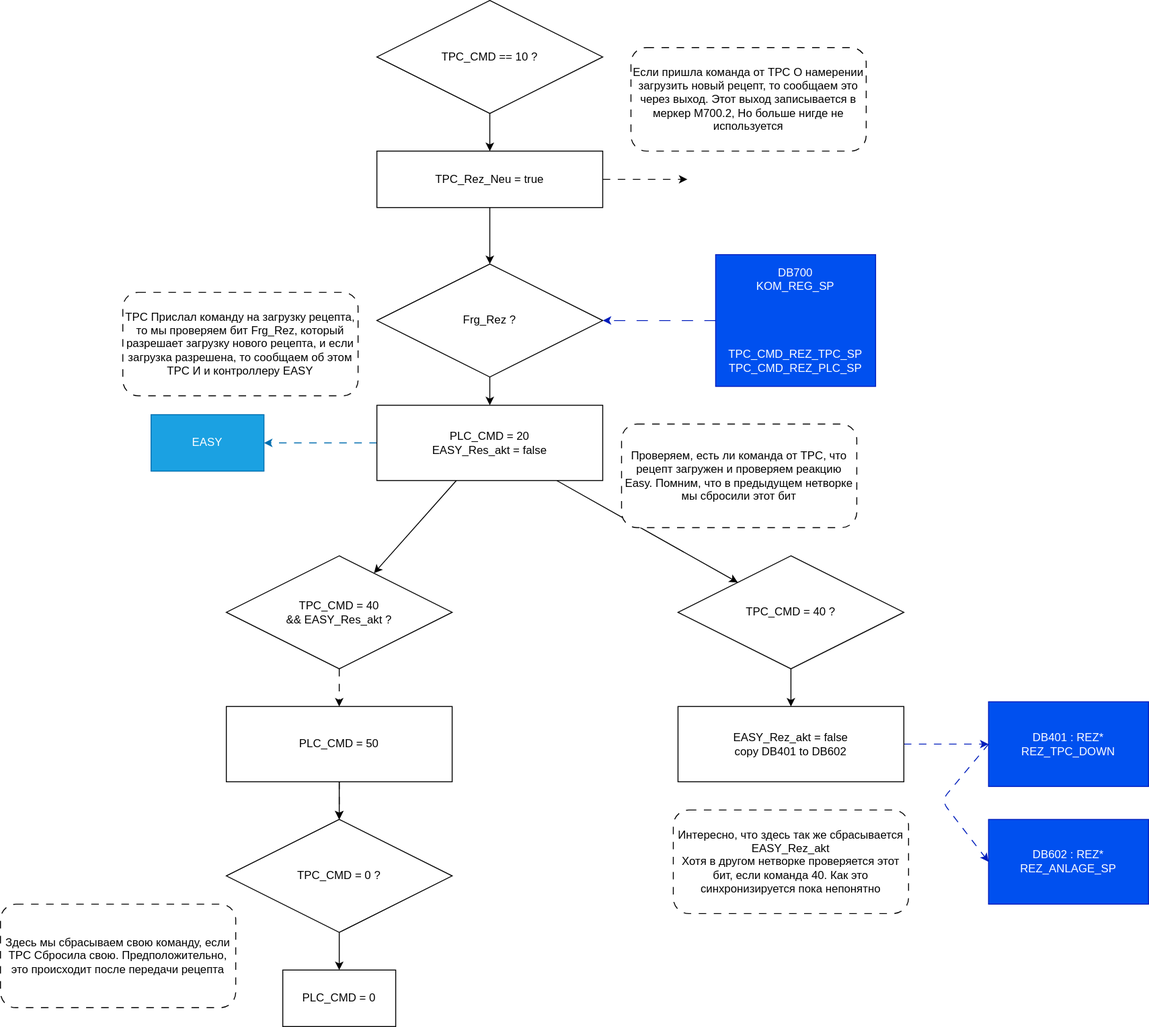
Before: Doc/ПЛК400/Алгоритм загрузки рецепта.drawio.svg, a diagram exported from draw.io (AlexFrick92/PNTZ.Mufta). Source tidied: cells renumbered, new cells last; positions are measured from the earlier drawing's top-left corner, leaving out a move shared by most shapes.
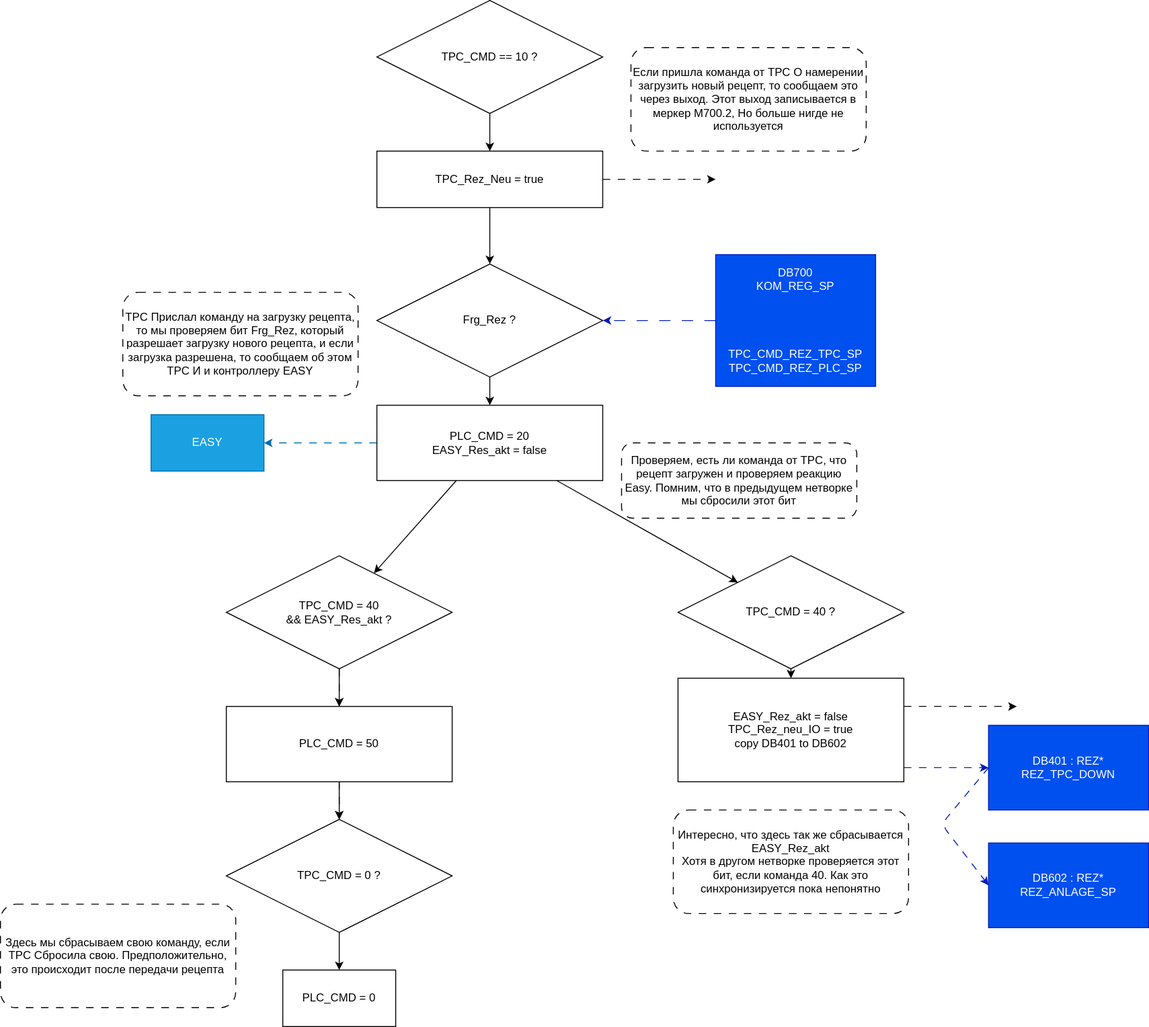
Above is the later version.

Commit message:
rename ПЛК400.md -> readme.md reason: попробуем функционал github для readme файлов

What changed in the source:
```diff
@@ -39,7 +39,7 @@
       <mxGeometry x="130" y="310" width="250" height="110" as="geometry" />
     </mxCell>
     <mxCell id="14" value="Проверяем, есть ли команда от TPC, что рецепт загружен и проверяем реакцию Easy. Помним, что в предыдущем нетворке мы сбросили этот бит" style="rounded=1;whiteSpace=wrap;html=1;fillStyle=solid;dashed=1;dashPattern=8 8;" parent="1" vertex="1">
-      <mxGeometry x="660" y="450" width="250" height="110" as="geometry" />
+      <mxGeometry x="660" y="470" width="250" height="80" as="geometry" />
     </mxCell>
     <mxCell id="15" style="edgeStyle=none;html=1;dashed=1;dashPattern=8 8;" parent="1" edge="1" source="17" target="19">
       <mxGeometry relative="1" as="geometry" />
@@ -73,7 +73,7 @@
     </mxCell>
     <mxCell id="25" style="edgeStyle=none;html=1;dashed=1;dashPattern=8 8;" parent="1" edge="1" source="26">
       <mxGeometry relative="1" as="geometry">
-        <mxPoint x="730" y="190" as="targetPoint" />
+        <mxPoint x="760" y="190" as="targetPoint" />
       </mxGeometry>
     </mxCell>
     <mxCell id="26" value="TPC_Rez_Neu = true" style="whiteSpace=wrap;html=1;" parent="1" vertex="1">
@@ -85,30 +85,41 @@
     <mxCell id="28" style="edgeStyle=none;html=1;exitX=0;exitY=0.5;exitDx=0;exitDy=0;entryX=0;entryY=0.5;entryDx=0;entryDy=0;dashed=1;dashPattern=8 8;fillColor=#0050ef;strokeColor=#001DBC;" parent="1" edge="1" source="29" target="32">
       <mxGeometry relative="1" as="geometry">
         <Array as="points">
-          <mxPoint x="1000" y="850" />
+          <mxPoint x="1000" y="875" />
         </Array>
       </mxGeometry>
     </mxCell>
     <mxCell id="29" value="DB401 : REZ*&lt;br&gt;REZ_TPC_DOWN " style="rounded=0;whiteSpace=wrap;html=1;fillColor=#0050ef;strokeColor=#001DBC;fontColor=#ffffff;" parent="1" vertex="1">
-      <mxGeometry x="1050" y="745" width="170" height="90" as="geometry" />
+      <mxGeometry x="1050" y="770" width="170" height="90" as="geometry" />
     </mxCell>
-    <mxCell id="30" style="edgeStyle=none;html=1;exitX=1;exitY=0.5;exitDx=0;exitDy=0;entryX=0;entryY=0.5;entryDx=0;entryDy=0;dashed=1;dashPattern=8 8;fillColor=#0050ef;strokeColor=#001DBC;" parent="1" edge="1" source="31" target="29">
-      <mxGeometry relative="1" as="geometry" />
+    <mxCell id="30" style="edgeStyle=none;html=1;exitX=1;exitY=0.5;exitDx=0;exitDy=0;entryX=0;entryY=0.5;entryDx=0;entryDy=0;dashed=1;dashPattern=8 8;fillColor=#0050ef;strokeColor=#001DBC;" parent="1" edge="1" target="29">
+      <mxGeometry relative="1" as="geometry">
+        <mxPoint x="960" y="815" as="sourcePoint" />
+      </mxGeometry>
     </mxCell>
-    <mxCell id="31" value="EASY_Rez_akt = false&lt;br&gt;copy DB401 to DB602" style="whiteSpace=wrap;html=1;" parent="1" vertex="1">
-      <mxGeometry x="720" y="750" width="240" height="80" as="geometry" />
+    <mxCell id="31" value="EASY_Rez_akt = false&lt;br&gt;TPC_Rez_neu_IO = true&lt;br&gt;copy DB401 to DB602" style="whiteSpace=wrap;html=1;" parent="1" vertex="1">
+      <mxGeometry x="720" y="720" width="240" height="110" as="geometry" />
     </mxCell>
     <mxCell id="32" value="DB602 : REZ*&lt;br&gt;REZ_ANLAGE_SP" style="rounded=0;whiteSpace=wrap;html=1;fillColor=#0050ef;strokeColor=#001DBC;fontColor=#ffffff;" parent="1" vertex="1">
-      <mxGeometry x="1050" y="870" width="170" height="90" as="geometry" />
+      <mxGeometry x="1050" y="895" width="170" height="90" as="geometry" />
     </mxCell>
     <mxCell id="33" style="edgeStyle=none;html=1;dashed=1;dashPattern=8 8;" parent="1" edge="1" source="34" target="17">
       <mxGeometry relative="1" as="geometry" />
     </mxCell>
+    <mxCell id="36" style="edgeStyle=none;html=1;" parent="1" edge="1" source="34" target="17">
+      <mxGeometry relative="1" as="geometry" />
+    </mxCell>
     <mxCell id="34" value="TPC_CMD = 40&lt;br&gt;&amp;amp;&amp;amp; EASY_Res_akt ?" style="rhombus;whiteSpace=wrap;html=1;" parent="1" vertex="1">
       <mxGeometry x="240" y="590" width="240" height="120" as="geometry" />
     </mxCell>
     <mxCell id="35" value="Интересно, что здесь так же сбрасывается&amp;nbsp;&lt;br&gt;EASY_Rez_akt&lt;br&gt;Хотя в другом нетворке проверяется этот бит, если команда 40. Как это синхронизируется пока непонятно" style="rounded=1;whiteSpace=wrap;html=1;fillStyle=solid;dashed=1;dashPattern=8 8;" parent="1" vertex="1">
       <mxGeometry x="715" y="860" width="250" height="110" as="geometry" />
     </mxCell>
+    <mxCell id="37" style="edgeStyle=none;html=1;dashed=1;dashPattern=8 8;" parent="1" edge="1">
+      <mxGeometry relative="1" as="geometry">
+        <mxPoint x="960" y="750" as="sourcePoint" />
+        <mxPoint x="1080" y="750" as="targetPoint" />
+      </mxGeometry>
+    </mxCell>
   </root>
 </mxGraphModel>
```
